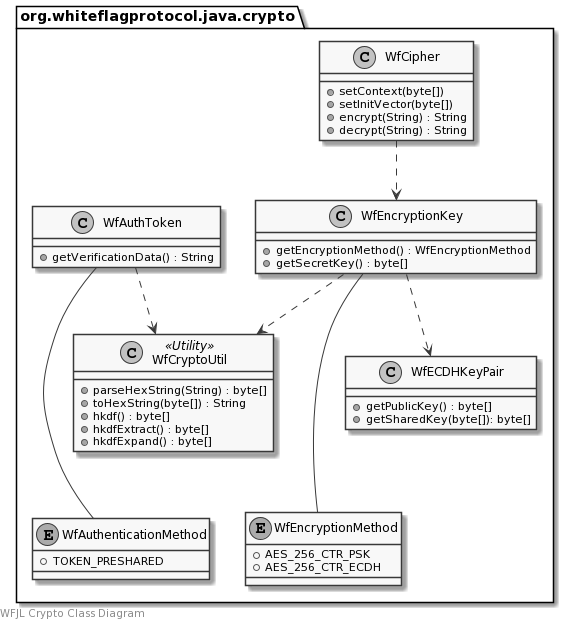
The PlantUML diagram docs/uml/crypto.png in WhiteflagProtocol/whiteflag-java, before a commit.
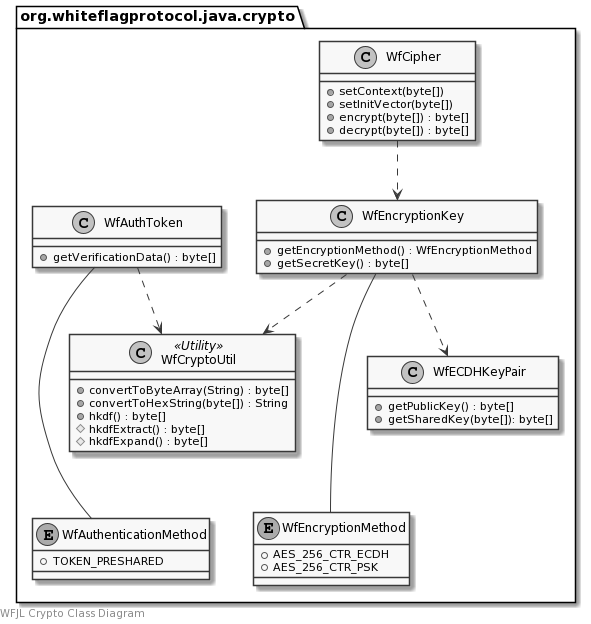
Above is the later version.

Diff of the diagram source:
```diff
@@ -7,18 +7,18 @@
     class WfCipher {
         +setContext(byte[])
         +setInitVector(byte[])
-        +encrypt(String) : String
-        +decrypt(String) : String
+        +encrypt(byte[]) : byte[]
+        +decrypt(byte[]) : byte[]
     }
     enum WfAuthenticationMethod {
         +TOKEN_PRESHARED
     }
     class WfAuthToken {
-        +getVerificationData() : String
+        +getVerificationData() : byte[]
     }
     enum WfEncryptionMethod {
+        +AES_256_CTR_ECDH
         +AES_256_CTR_PSK
-        +AES_256_CTR_ECDH
     }
     class WfEncryptionKey {
         +getEncryptionMethod() : WfEncryptionMethod
@@ -29,11 +29,11 @@
         +getSharedKey(byte[]): byte[]
     }
     class WfCryptoUtil <<Utility>> {
-        +parseHexString(String) : byte[]
-        +toHexString(byte[]) : String
+        +convertToByteArray(String) : byte[]
+        +convertToHexString(byte[]) : String
         +hkdf() : byte[]
-        +hkdfExtract() : byte[]
-        +hkdfExpand() : byte[]
+        #hkdfExtract() : byte[]
+        #hkdfExpand() : byte[]
     }
 }
 
```
